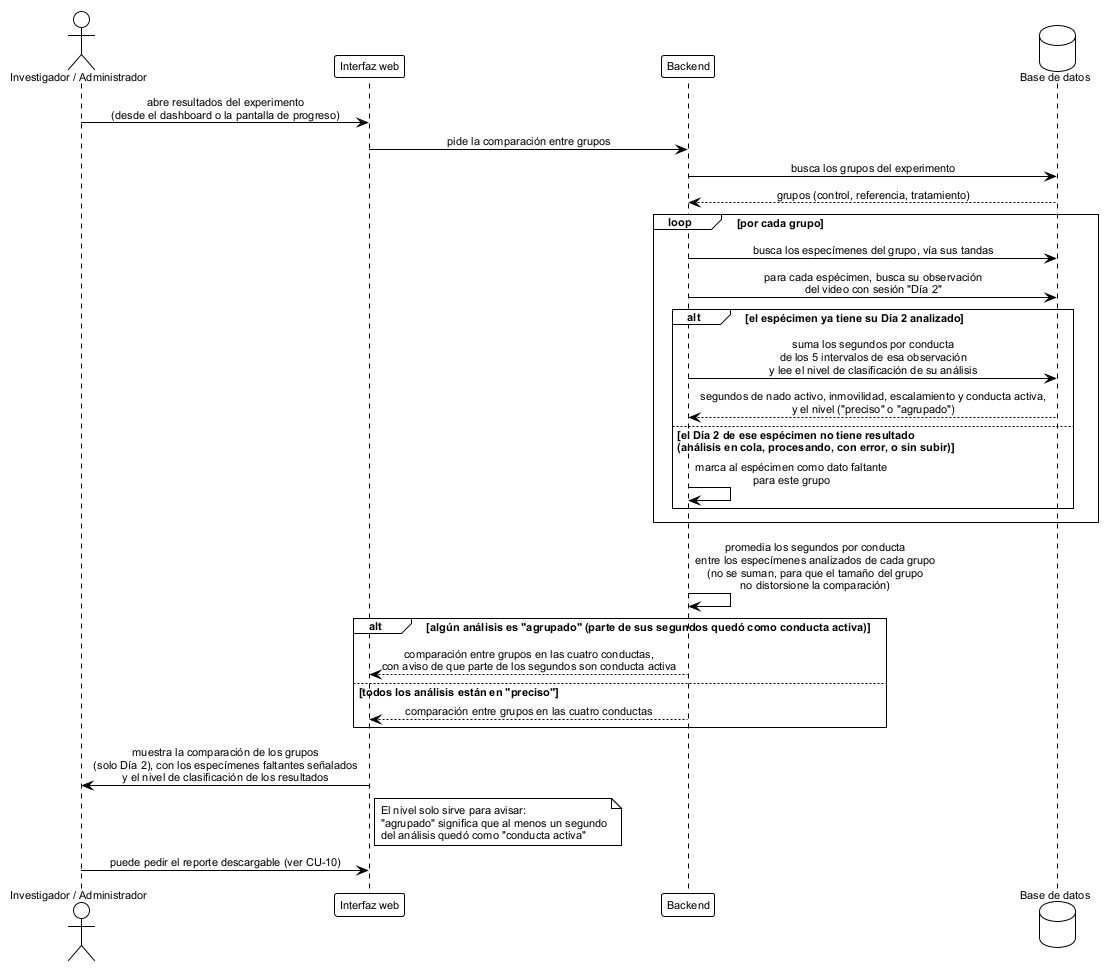
This is figures/mermaid/seq_consulta_resultados.png from ErickJester/fst-ai-system-latex, a PlantUML export, as it was before one commit.
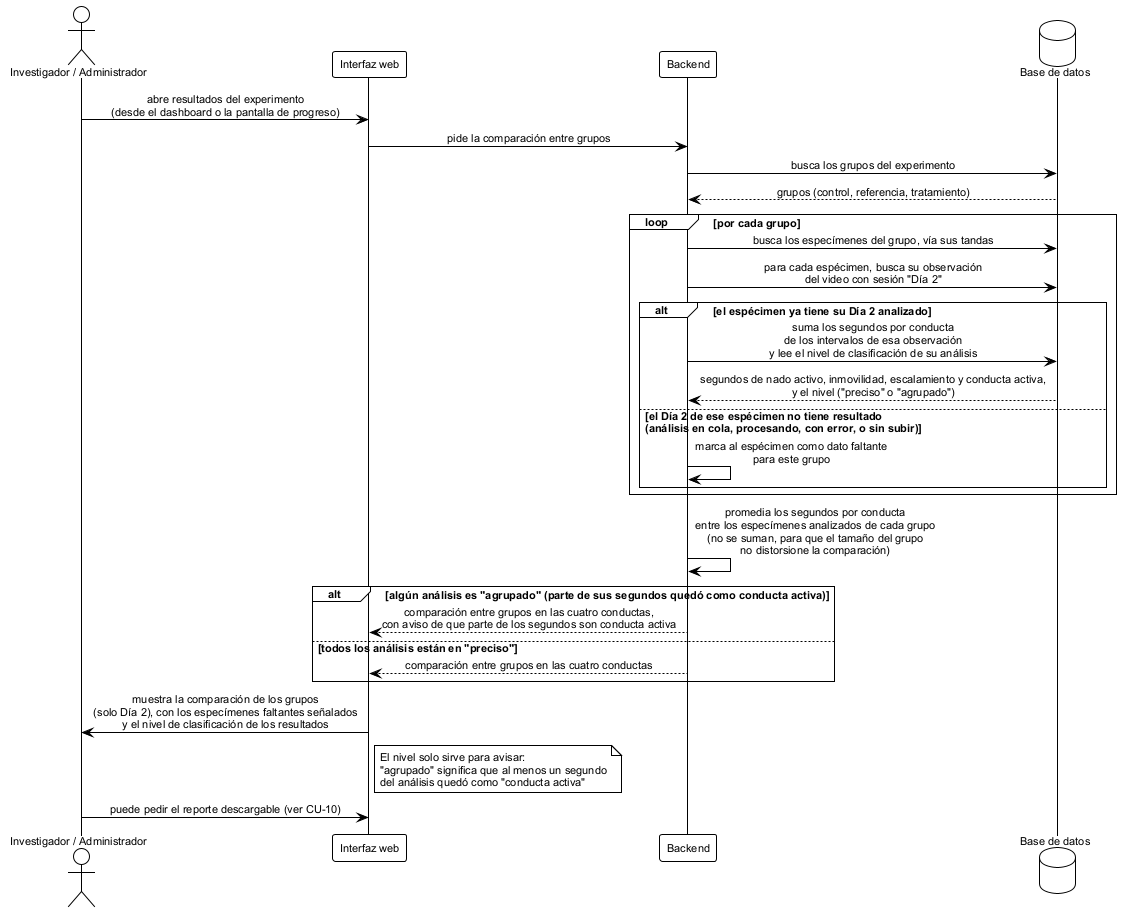
After the commit.

Change to the diagram source:
```diff
@@ -23,7 +23,7 @@
   api -> db: para cada espécimen, busca su observación\ndel video con sesión "Día 2"
 
   alt el espécimen ya tiene su Día 2 analizado
-    api -> db: suma los segundos por conducta\nde los 5 intervalos de esa observación\ny lee el nivel de clasificación de su análisis
+    api -> db: suma los segundos por conducta\nde los intervalos de esa observación\ny lee el nivel de clasificación de su análisis
     db --> api: segundos de nado activo, inmovilidad, escalamiento y conducta activa,\ny el nivel ("preciso" o "agrupado")
   else el Día 2 de ese espécimen no tiene resultado\n(análisis en cola, procesando, con error, o sin subir)
     api -> api: marca al espécimen como dato faltante\npara este grupo
```
